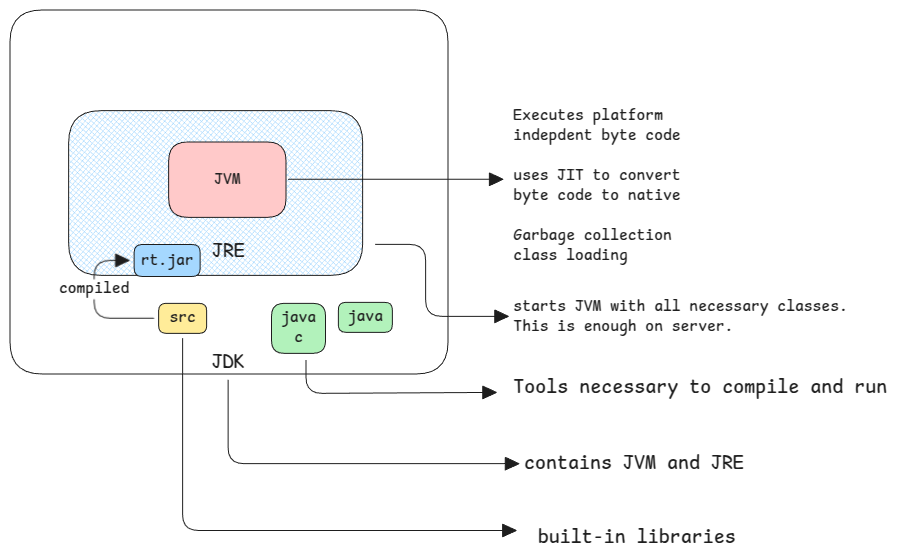
Earlier version of the Excalidraw export static/img/jdk-jre-jvm.excalidraw.png (swaroopar/inprogress-engineer). Source tidied: one line per element, renumbered; positions are measured from the earlier drawing's top-left corner, leaving out a move shared by most shapes.
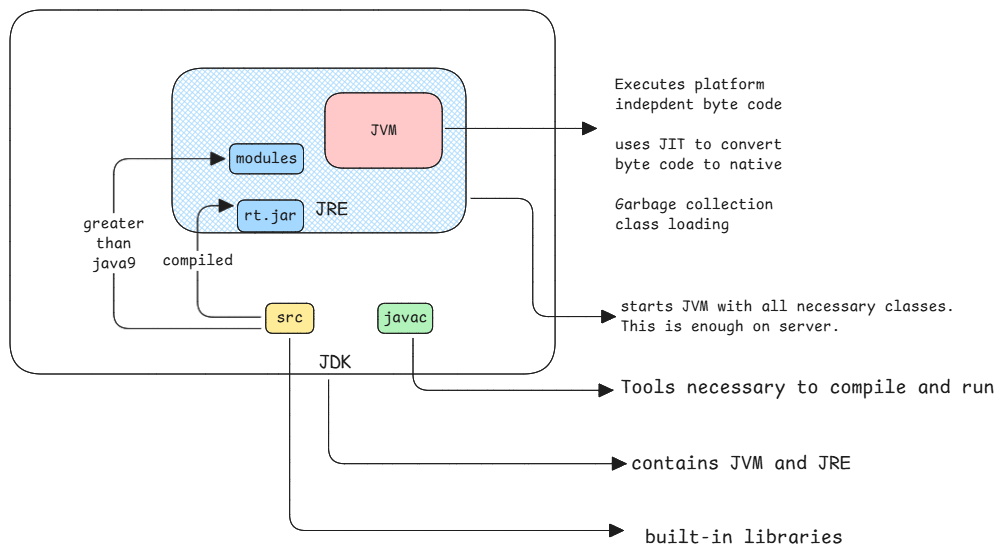
Above is the later version.

Commit message:
refactor java threads and stack docs

What changed in the source:
```diff
@@ -1,26 +1,28 @@
-{"id": 0, "type": "rectangle", "strokeColor": "#1e1e1e", "backgroundColor": "#a5d8ff", "fillStyle": "cross-hatch", "strokeWidth": 1, "roughness": 0, "round": true, "x": 59, "y": 101, "width": 294, "height": 165}
+{"id": 0, "type": "rectangle", "strokeColor": "#1e1e1e", "backgroundColor": "#a5d8ff", "fillStyle": "cross-hatch", "strokeWidth": 1, "roughness": 0, "round": true, "x": 55, "y": 58, "width": 294, "height": 165}
-{"id": 1, "type": "rectangle", "strokeColor": "#1e1e1e", "backgroundColor": "#ffc9c9", "fillStyle": "solid", "strokeWidth": 1, "roughness": 0, "round": true, "x": 159, "y": 132, "width": 117, "height": 75}
+{"id": 1, "type": "rectangle", "strokeColor": "#1e1e1e", "backgroundColor": "#ffc9c9", "fillStyle": "solid", "strokeWidth": 1, "roughness": 0, "round": true, "x": 208, "y": 83, "width": 117, "height": 75}
-{"id": 2, "type": "text", "text": "JVM", "strokeColor": "#1e1e1e", "strokeWidth": 2, "roughness": 1, "fontSize": 16, "fontFamily": 8, "textAlign": "center", "verticalAlign": "middle", "inside": 1, "x": 204, "y": 160, "width": 26, "height": 20}
+{"id": 2, "type": "text", "text": "JVM", "strokeColor": "#1e1e1e", "strokeWidth": 2, "roughness": 1, "fontSize": 16, "fontFamily": 8, "textAlign": "center", "verticalAlign": "middle", "inside": 1, "x": 253, "y": 111, "width": 26, "height": 20}
 {"id": 3, "type": "text", "text": "JDK", "strokeColor": "#1e1e1e", "strokeWidth": 1, "roughness": 0, "fontSize": 20, "fontFamily": 8, "x": 202, "y": 340, "width": 33, "height": 25}
-{"id": 4, "type": "text", "text": "JRE", "strokeColor": "#1e1e1e", "strokeWidth": 1, "roughness": 0, "fontSize": 20, "fontFamily": 8, "x": 202, "y": 230, "width": 33, "height": 25}
+{"id": 4, "type": "text", "text": "JRE", "strokeColor": "#1e1e1e", "strokeWidth": 1, "roughness": 0, "fontSize": 20, "fontFamily": 8, "x": 198, "y": 187, "width": 33, "height": 25}
 {"id": 5, "type": "rectangle", "strokeColor": "#1e1e1e", "backgroundColor": "#ffec99", "fillStyle": "solid", "strokeWidth": 1, "roughness": 0, "round": true, "x": 149, "y": 293, "width": 48, "height": 30}
 {"id": 6, "type": "text", "text": "src", "strokeColor": "#1e1e1e", "strokeWidth": 2, "roughness": 1, "fontSize": 16, "fontFamily": 8, "textAlign": "center", "verticalAlign": "middle", "inside": 5, "x": 159, "y": 298, "width": 26, "height": 20}
-{"id": 7, "type": "rectangle", "strokeColor": "#1e1e1e", "backgroundColor": "#b2f2bb", "fillStyle": "solid", "strokeWidth": 1, "roughness": 0, "round": true, "x": 262, "y": 293, "width": 54, "height": 50}
+{"id": 7, "type": "rectangle", "strokeColor": "#1e1e1e", "backgroundColor": "#b2f2bb", "fillStyle": "solid", "strokeWidth": 1, "roughness": 0, "round": true, "x": 261, "y": 293, "width": 55, "height": 30}
-{"id": 8, "type": "text", "text": "java\nc", "strokeColor": "#1e1e1e", "strokeWidth": 2, "roughness": 1, "fontSize": 16, "fontFamily": 8, "textAlign": "center", "verticalAlign": "middle", "inside": 7, "x": 271, "y": 298, "width": 35, "height": 40}
+{"id": 8, "type": "text", "text": "javac", "strokeColor": "#1e1e1e", "strokeWidth": 2, "roughness": 1, "fontSize": 16, "fontFamily": 8, "textAlign": "center", "verticalAlign": "middle", "inside": 7, "x": 266, "y": 298, "width": 44, "height": 20}
-{"id": 9, "type": "rectangle", "strokeColor": "#1e1e1e", "backgroundColor": "#a5d8ff", "fillStyle": "solid", "strokeWidth": 1, "roughness": 0, "round": true, "x": 124, "y": 235, "width": 66, "height": 32}
+{"id": 9, "type": "rectangle", "strokeColor": "#1e1e1e", "backgroundColor": "#a5d8ff", "fillStyle": "solid", "strokeWidth": 1, "roughness": 0, "round": true, "x": 120, "y": 190, "width": 66, "height": 32}
-{"id": 10, "type": "text", "text": "rt.jar", "strokeColor": "#1e1e1e", "strokeWidth": 2, "roughness": 1, "fontSize": 16, "fontFamily": 8, "textAlign": "center", "verticalAlign": "middle", "inside": 9, "x": 131, "y": 241, "width": 53, "height": 20}
+{"id": 10, "type": "text", "text": "rt.jar", "strokeColor": "#1e1e1e", "strokeWidth": 2, "roughness": 1, "fontSize": 16, "fontFamily": 8, "textAlign": "center", "verticalAlign": "middle", "inside": 9, "x": 127, "y": 196, "width": 53, "height": 20}
-{"id": 11, "type": "arrow", "strokeColor": "#1e1e1e", "strokeWidth": 1, "roughness": 0, "endArrowhead": "triangle", "from": 5, "to": 9, "x": 144, "y": 308, "width": 60, "height": 58, "points": [[0, 0], [-60, 0], [-60, -58], [-25, -58]]}
+{"id": 11, "type": "arrow", "strokeColor": "#1e1e1e", "strokeWidth": 1, "roughness": 0, "endArrowhead": "triangle", "from": 5, "to": 9, "x": 144, "y": 307, "width": 63, "height": 111, "points": [[0, 0], [-63, 0], [-63, -111], [-28, -111]]}
 {"id": 12, "type": "text", "text": "compiled", "strokeColor": "#1e1e1e", "strokeWidth": 2, "roughness": 1, "fontSize": 16, "fontFamily": 8, "textAlign": "center", "verticalAlign": "middle", "inside": 11, "x": 48, "y": 259, "width": 70, "height": 20}
-{"id": 13, "type": "arrow", "strokeColor": "#1e1e1e", "strokeWidth": 1, "roughness": 0, "endArrowhead": "triangle", "round": true, "x": 278, "y": 169, "width": 215, "height": 0, "points": [[0, 0], [215, 0]]}
+{"id": 13, "type": "arrow", "strokeColor": "#1e1e1e", "strokeWidth": 1, "roughness": 0, "endArrowhead": "triangle", "round": true, "from": 1, "x": 328, "y": 118, "width": 151, "height": 0, "points": [[0, 0], [151, 0]]}
-{"id": 14, "type": "text", "text": "Executes platform\nindepdent byte code\n\nuses JIT to convert\nbyte code to native\n\nGarbage collection\nclass loading", "strokeColor": "#1e1e1e", "strokeWidth": 1, "roughness": 0, "fontSize": 16, "fontFamily": 8, "x": 503, "y": 96, "width": 167, "height": 160}
+{"id": 14, "type": "text", "text": "Executes platform\nindepdent byte code\n\nuses JIT to convert\nbyte code to native\n\nGarbage collection\nclass loading", "strokeColor": "#1e1e1e", "strokeWidth": 1, "roughness": 0, "fontSize": 16, "fontFamily": 8, "x": 498, "y": 65, "width": 167, "height": 160}
-{"id": 15, "type": "rectangle", "strokeColor": "#1e1e1e", "backgroundColor": "#b2f2bb", "fillStyle": "solid", "strokeWidth": 1, "roughness": 0, "round": true, "x": 328, "y": 292, "width": 54, "height": 30}
-{"id": 16, "type": "text", "text": "java", "strokeColor": "#1e1e1e", "strokeWidth": 2, "roughness": 1, "fontSize": 16, "fontFamily": 8, "textAlign": "center", "verticalAlign": "middle", "inside": 15, "x": 338, "y": 297, "width": 35, "height": 20}
-{"id": 17, "type": "arrow", "strokeColor": "#1e1e1e", "strokeWidth": 1, "roughness": 0, "endArrowhead": "triangle", "from": 0, "to": 18, "x": 365, "y": 234, "width": 133, "height": 72, "points": [[0, 0], [50, 0], [50, 72], [133, 72]]}
+{"id": 17, "type": "arrow", "strokeColor": "#1e1e1e", "strokeWidth": 1, "roughness": 0, "endArrowhead": "triangle", "from": 0, "to": 18, "x": 354, "y": 188, "width": 145, "height": 118, "points": [[0, 0], [62, 0], [62, 118], [145, 118]]}
 {"id": 18, "type": "text", "text": "starts JVM with all necessary classes.\nThis is enough on server.", "strokeColor": "#1e1e1e", "strokeWidth": 1, "roughness": 0, "fontSize": 16, "fontFamily": 8, "x": 503, "y": 287, "width": 334, "height": 40}
-{"id": 19, "type": "rectangle", "strokeColor": "#1e1e1e", "strokeWidth": 1, "roughness": 0, "round": true, "x": 0, "y": 0, "width": 438, "height": 364}
+{"id": 19, "type": "rectangle", "strokeColor": "#1e1e1e", "strokeWidth": 1, "roughness": 0, "round": true, "x": -107, "y": 0, "width": 545, "height": 364}
 {"id": 20, "type": "arrow", "strokeColor": "#1e1e1e", "strokeWidth": 1, "roughness": 0, "endArrowhead": "triangle", "from": 5, "x": 173, "y": 328, "width": 334, "height": 192, "points": [[0, 0], [0, 192], [334, 192]]}
-{"id": 21, "type": "arrow", "strokeColor": "#1e1e1e", "strokeWidth": 1, "roughness": 0, "endArrowhead": "triangle", "from": 19, "to": 22, "x": 218, "y": 370, "width": 291, "height": 84, "points": [[0, 0], [0, 84], [291, 84]]}
+{"id": 21, "type": "arrow", "strokeColor": "#1e1e1e", "strokeWidth": 1, "roughness": 0, "endArrowhead": "triangle", "from": 3, "to": 22, "x": 212, "y": 370, "width": 297, "height": 84, "points": [[0, 0], [0, 84], [297, 84]]}
 {"id": 22, "type": "text", "text": "contains JVM and JRE", "strokeColor": "#1e1e1e", "strokeWidth": 1, "roughness": 0, "fontSize": 20, "fontFamily": 8, "x": 514, "y": 441, "width": 220, "height": 25}
-{"id": 23, "type": "arrow", "strokeColor": "#1e1e1e", "strokeWidth": 1, "roughness": 0, "endArrowhead": "triangle", "from": 7, "to": 24, "x": 296, "y": 350, "width": 190, "height": 33, "points": [[0, 0], [0, 33], [190, 32]]}
+{"id": 23, "type": "arrow", "strokeColor": "#1e1e1e", "strokeWidth": 1, "roughness": 0, "endArrowhead": "triangle", "from": 7, "to": 24, "x": 296, "y": 328, "width": 200, "height": 52, "points": [[0, 0], [0, 52], [200, 52]]}
 {"id": 24, "type": "text", "text": "Tools necessary to compile and run", "strokeColor": "#1e1e1e", "strokeWidth": 1, "roughness": 0, "fontSize": 20, "fontFamily": 8, "x": 503, "y": 365, "width": 374, "height": 25}
 {"id": 25, "type": "text", "text": "built-in libraries", "strokeColor": "#1e1e1e", "strokeWidth": 1, "roughness": 0, "fontSize": 20, "fontFamily": 8, "x": 528, "y": 515, "width": 198, "height": 25}
+{"id": 26, "type": "rectangle", "strokeColor": "#1e1e1e", "backgroundColor": "#a5d8ff", "fillStyle": "solid", "strokeWidth": 1, "roughness": 0, "round": true, "x": 112, "y": 134, "width": 74, "height": 30}
+{"id": 27, "type": "text", "text": "modules", "strokeColor": "#1e1e1e", "strokeWidth": 2, "roughness": 1, "fontSize": 16, "fontFamily": 8, "textAlign": "center", "verticalAlign": "middle", "inside": 26, "x": 119, "y": 139, "width": 62, "height": 20}
+{"id": 28, "type": "arrow", "strokeColor": "#1e1e1e", "strokeWidth": 1, "roughness": 0, "endArrowhead": "triangle", "from": 5, "to": 26, "x": 144, "y": 319, "width": 147, "height": 170, "points": [[0, 0], [-147, 0], [-147, -170], [-37, -170]]}
+{"id": 29, "type": "text", "text": "greater\nthan\njava9", "strokeColor": "#1e1e1e", "strokeWidth": 1, "roughness": 0, "fontSize": 16, "fontFamily": 8, "textAlign": "center", "verticalAlign": "middle", "inside": 28, "x": -34, "y": 225, "width": 62, "height": 60}
```
